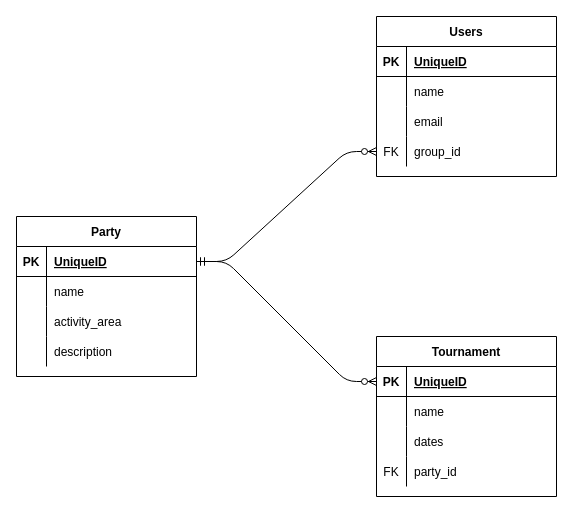
The draw.io diagram goodshot.dio in s-takenoshita/good-shot, before the edit. Source tidied: cells renumbered, new cells numbered last; positions are measured from the earlier drawing's top-left corner, leaving out a move shared by most shapes. Both pictures are drawn from the tidied source at 100%, with x=0, y=0 at pixel (16, 16).
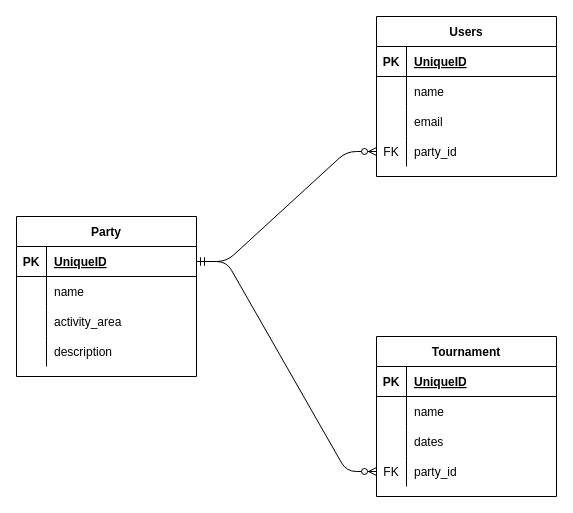
After the change.

Unchanged cells that the change refers to:
```xml
<mxCell id="12" style="shape=partialRectangle;fillColor=none;top=0;left=0;bottom=0;right=0;points=[[0,0.5],[1,0.5]];portConstraint=eastwest;" parent="2" vertex="1">
  <mxGeometry y="120" width="180" height="30" as="geometry" />
</mxCell>
<mxCell id="16" style="shape=partialRectangle;fillColor=none;top=0;left=0;bottom=1;right=0;points=[[0,0.5],[1,0.5]];portConstraint=eastwest;" parent="15" vertex="1">
  <mxGeometry y="30" width="180" height="30" as="geometry" />
</mxCell>
<mxCell id="29" style="shape=partialRectangle;fillColor=none;top=0;left=0;bottom=1;right=0;points=[[0,0.5],[1,0.5]];portConstraint=eastwest;" parent="28" vertex="1">
  <mxGeometry y="30" width="180" height="30" as="geometry" />
</mxCell>
<mxCell id="38" style="shape=partialRectangle;fillColor=none;top=0;left=0;bottom=0;right=0;points=[[0,0.5],[1,0.5]];portConstraint=eastwest;" parent="28" vertex="1">
  <mxGeometry y="120" width="180" height="30" as="geometry" />
</mxCell>
```

The edit, as a diff of the source:
```diff
@@
-    <mxCell id="14" value="group_id" style="shape=partialRectangle;fillColor=none;top=0;left=0;bottom=0;right=0;align=left;spacingLeft=6;overflow=hidden;" parent="12" vertex="1">
+    <mxCell id="14" value="party_id" style="shape=partialRectangle;fillColor=none;top=0;left=0;bottom=0;right=0;align=left;spacingLeft=6;overflow=hidden;" parent="12" vertex="1">
       <mxGeometry x="30" width="150" height="30" as="geometry" />
     </mxCell>
@@
-    <mxCell id="42" style="edgeStyle=entityRelationEdgeStyle;fontSize=12;html=1;endArrow=ERzeroToMany;startArrow=ERmandOne;exitX=1;exitY=0.5;exitDx=0;exitDy=0;entryX=0;entryY=0.5;entryDx=0;entryDy=0;" parent="1" edge="1" source="16" target="29">
+    <mxCell id="42" style="edgeStyle=entityRelationEdgeStyle;fontSize=12;html=1;endArrow=ERzeroToMany;startArrow=ERmandOne;exitX=1;exitY=0.5;exitDx=0;exitDy=0;entryX=0;entryY=0.5;entryDx=0;entryDy=0;" parent="1" edge="1" source="16" target="38">
       <mxGeometry relative="1" as="geometry" />
     </mxCell>
```
